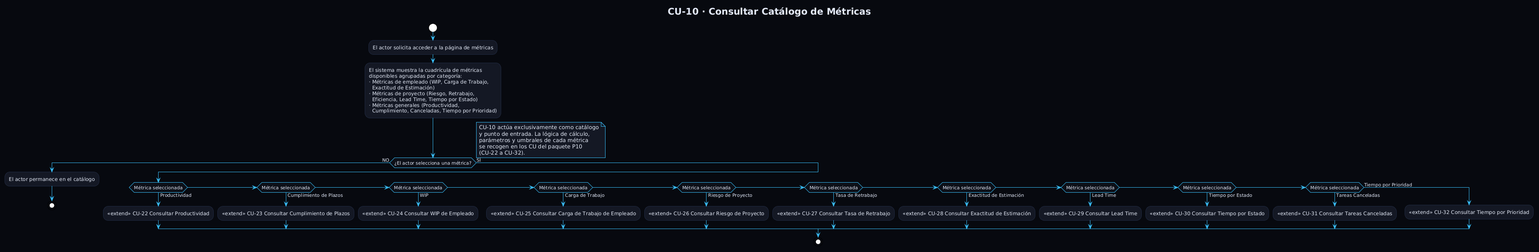
Before: Estudiantes/cesar-garcia-eguiguren/Capítulo-2/imagenes/CdU/flujoCU10.png, a diagram exported from PlantUML (ceesargaarcia/GII-TFG-2026).
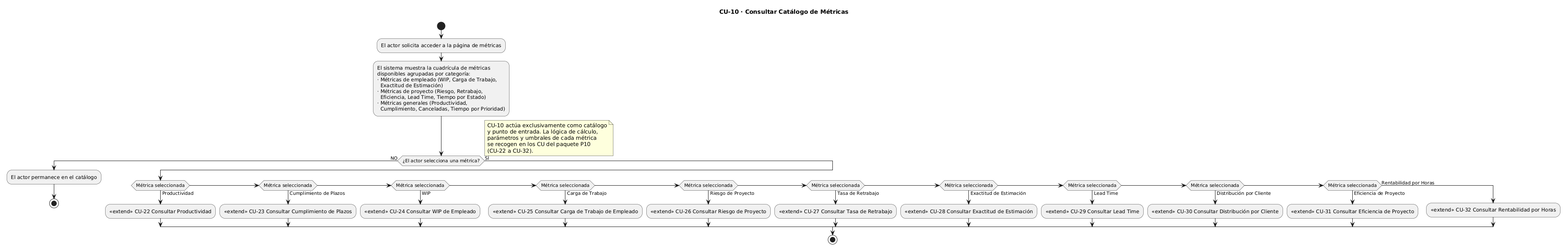
Above is the later version.

What changed in the source:
```diff
@@ -1,15 +1,4 @@
 @startuml
-!theme plain
-skinparam backgroundColor #07090F
-skinparam defaultFontColor #E2E8F5
-skinparam ArrowColor #38BDF8
-skinparam ActivityBorderColor #1E2840
-skinparam ActivityBackgroundColor #141824
-skinparam ActivityDiamondBackgroundColor #0D1018
-skinparam ActivityDiamondBorderColor #38BDF8
-skinparam NoteBackgroundColor #141824
-skinparam NoteBorderColor #38BDF8
-
 title CU-10 · Consultar Catálogo de Métricas
 
 start
@@ -43,12 +32,12 @@
     :<<extend>> CU-28 Consultar Exactitud de Estimación;
   else if (Métrica seleccionada) then (Lead Time)
     :<<extend>> CU-29 Consultar Lead Time;
-  else if (Métrica seleccionada) then (Tiempo por Estado)
-    :<<extend>> CU-30 Consultar Tiempo por Estado;
-  else if (Métrica seleccionada) then (Tareas Canceladas)
-    :<<extend>> CU-31 Consultar Tareas Canceladas;
-  else (Tiempo por Prioridad)
-    :<<extend>> CU-32 Consultar Tiempo por Prioridad;
+  else if (Métrica seleccionada) then (Distribución por Cliente)
+    :<<extend>> CU-30 Consultar Distribución por Cliente;
+  else if (Métrica seleccionada) then (Eficiencia de Proyecto)
+    :<<extend>> CU-31 Consultar Eficiencia de Proyecto;
+  else (Rentabilidad por Horas)
+    :<<extend>> CU-32 Consultar Rentabilidad por Horas;
   endif
   stop
 endif
```
